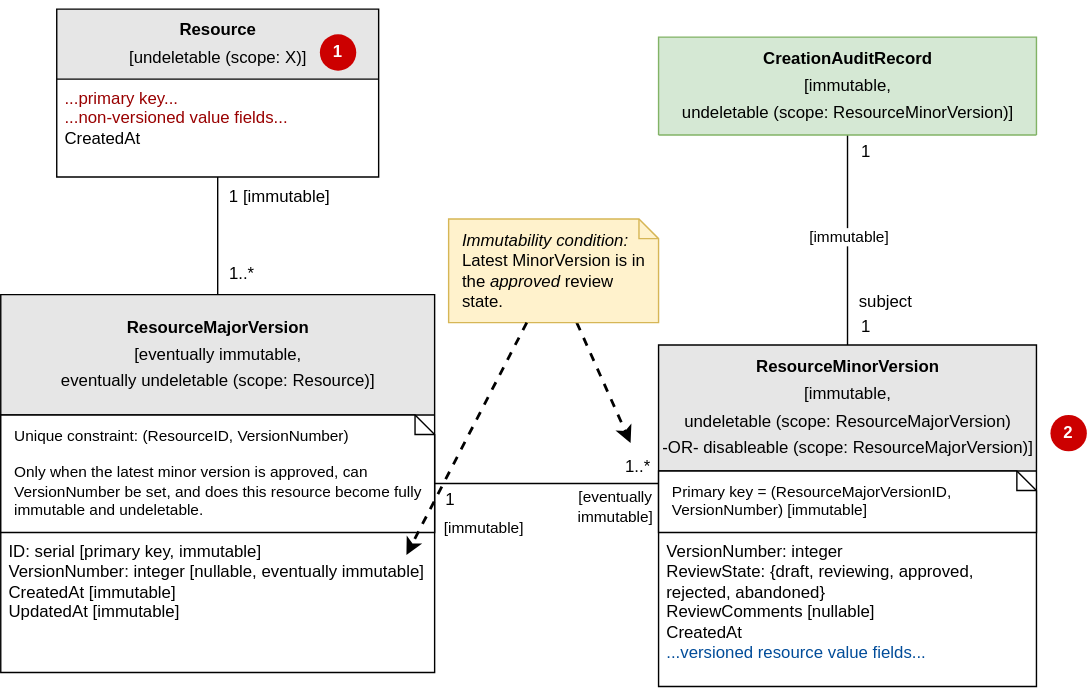
This is devdocs/reviewable-infra-undeletable-or-disableable.drawio.svg from fullstaq-labs/sqedule, a draw.io export, as it was before one commit. Source tidied: cells renumbered, new cells last; positions are measured from the earlier drawing's top-left corner, leaving out a move shared by most shapes.
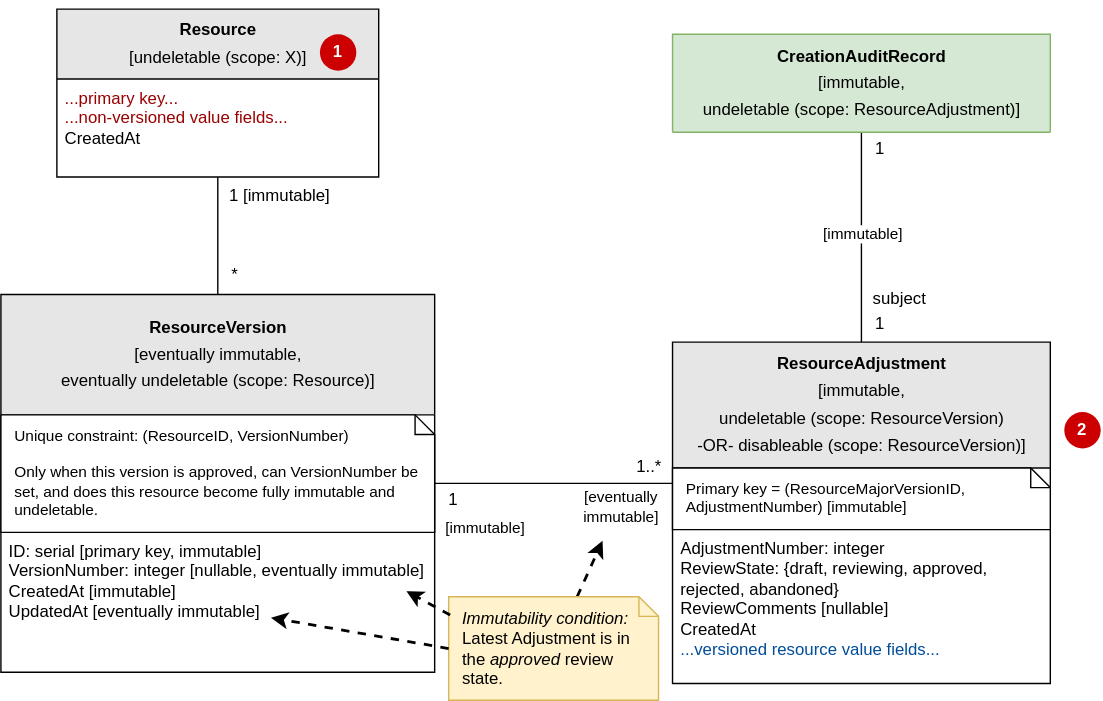
The same diagram one commit later.

Diff of the diagram source:
```diff
@@ -38,9 +38,9 @@
         <mxPoint x="41" as="offset" />
       </mxGeometry>
     </mxCell>
-    <mxCell id="9" value="1..*" style="edgeLabel;html=1;align=center;verticalAlign=middle;fontSize=12;fontColor=#000000;" parent="7" vertex="1">
+    <mxCell id="9" value="*" style="edgeLabel;html=1;align=center;verticalAlign=middle;fontSize=12;fontColor=#000000;" parent="7" vertex="1">
       <mxGeometry x="0.61" y="2" relative="1" as="geometry">
-        <mxPoint x="14" as="offset" />
+        <mxPoint x="9" y="1" as="offset" />
       </mxGeometry>
     </mxCell>
     <mxCell id="10" style="edgeStyle=orthogonalEdgeStyle;rounded=0;sketch=0;jumpStyle=arc;jettySize=auto;html=1;startArrow=none;startFill=0;endArrow=none;endFill=0;strokeColor=#000000;strokeWidth=1;fontSize=12;fontColor=#000000;" parent="1" edge="1" source="20" target="25">
@@ -66,28 +66,28 @@
     </mxCell>
     <mxCell id="15" style="rounded=0;sketch=0;jumpStyle=arc;jettySize=auto;html=1;startArrow=none;startFill=0;endArrow=classic;endFill=1;strokeColor=#000000;strokeWidth=2;fontSize=12;fontColor=#000000;dashed=1;" parent="1" edge="1" source="16">
       <mxGeometry relative="1" as="geometry">
-        <mxPoint x="450" y="310" as="targetPoint" />
+        <mxPoint x="430" y="380" as="targetPoint" />
       </mxGeometry>
     </mxCell>
-    <mxCell id="16" value="&lt;i&gt;Immutability condition:&lt;/i&gt;&lt;br&gt;Latest MinorVersion is in the &lt;i&gt;approved&lt;/i&gt; review state." style="shape=note;whiteSpace=wrap;html=1;size=14;verticalAlign=top;align=left;spacingTop=-6;fontSize=12;spacing=10;fillColor=#fff2cc;strokeColor=#d6b656;sketch=0;" parent="1" vertex="1">
-      <mxGeometry x="320" y="150" width="150" height="74" as="geometry" />
+    <mxCell id="16" value="&lt;i&gt;Immutability condition:&lt;/i&gt;&lt;br&gt;Latest Adjustment is in the &lt;i&gt;approved&lt;/i&gt; review state." style="shape=note;whiteSpace=wrap;html=1;size=14;verticalAlign=top;align=left;spacingTop=-6;fontSize=12;spacing=10;fillColor=#fff2cc;strokeColor=#d6b656;sketch=0;" parent="1" vertex="1">
+      <mxGeometry x="320" y="420" width="150" height="74" as="geometry" />
     </mxCell>
-    <mxCell id="17" value="&lt;p style=&quot;line-height: 160%&quot;&gt;ResourceMajorVersion&lt;br&gt;&lt;span style=&quot;font-weight: normal ; line-height: 120%&quot;&gt;[eventually immutable,&lt;br&gt;eventually undeletable (scope: Resource)]&lt;/span&gt;&lt;/p&gt;" style="swimlane;fontStyle=1;horizontal=1;startSize=86;swimlaneFillColor=#ffffff;html=1;fillColor=#E6E6E6;" parent="1" vertex="1">
+    <mxCell id="17" value="&lt;p style=&quot;line-height: 160%&quot;&gt;ResourceVersion&lt;br&gt;&lt;span style=&quot;font-weight: normal ; line-height: 120%&quot;&gt;[eventually immutable,&lt;br&gt;eventually undeletable (scope: Resource)]&lt;/span&gt;&lt;/p&gt;" style="swimlane;fontStyle=1;horizontal=1;startSize=86;swimlaneFillColor=#ffffff;html=1;fillColor=#E6E6E6;" parent="1" vertex="1">
       <mxGeometry y="204" width="310" height="270" as="geometry" />
     </mxCell>
-    <mxCell id="18" value="Unique constraint: (ResourceID, VersionNumber)&lt;br&gt;&lt;br&gt;Only when the latest minor version is approved, can VersionNumber be set, and does this resource become fully immutable and undeletable." style="shape=note;whiteSpace=wrap;html=1;size=14;verticalAlign=top;align=left;spacingTop=-6;fontSize=11;spacing=10;sketch=0;" parent="17" vertex="1">
+    <mxCell id="18" value="Unique constraint: (ResourceID, VersionNumber)&lt;br&gt;&lt;br&gt;Only when this version is approved, can VersionNumber be set, and does this resource become fully immutable and undeletable." style="shape=note;whiteSpace=wrap;html=1;size=14;verticalAlign=top;align=left;spacingTop=-6;fontSize=11;spacing=10;sketch=0;" parent="17" vertex="1">
       <mxGeometry y="86" width="310" height="84" as="geometry" />
     </mxCell>
-    <mxCell id="19" value="ID: serial [primary key, immutable]&#10;VersionNumber: integer [nullable, eventually immutable]&#10;CreatedAt [immutable]&#10;UpdatedAt [immutable]" style="text;strokeColor=none;fillColor=none;align=left;verticalAlign=top;spacingLeft=4;spacingRight=4;overflow=hidden;points=[[0,0.5],[1,0.5]];portConstraint=eastwest;whiteSpace=wrap;" parent="17" vertex="1">
+    <mxCell id="19" value="ID: serial [primary key, immutable]&#10;VersionNumber: integer [nullable, eventually immutable]&#10;CreatedAt [immutable]&#10;UpdatedAt [eventually immutable]" style="text;strokeColor=none;fillColor=none;align=left;verticalAlign=top;spacingLeft=4;spacingRight=4;overflow=hidden;points=[[0,0.5],[1,0.5]];portConstraint=eastwest;whiteSpace=wrap;" parent="17" vertex="1">
       <mxGeometry y="170" width="310" height="100" as="geometry" />
     </mxCell>
-    <mxCell id="20" value="&lt;p style=&quot;line-height: 160%&quot;&gt;ResourceMinorVersion&lt;br&gt;&lt;span style=&quot;font-weight: normal&quot;&gt;[immutable,&lt;br&gt;undeletable (scope: ResourceMajorVersion)&lt;br&gt;-OR- disableable (scope: ResourceMajorVersion)]&lt;/span&gt;&lt;/p&gt;" style="swimlane;fontStyle=1;horizontal=1;startSize=90;swimlaneFillColor=#ffffff;html=1;fillColor=#E6E6E6;" parent="1" vertex="1">
-      <mxGeometry x="470" y="240" width="270" height="244" as="geometry" />
+    <mxCell id="20" value="&lt;p style=&quot;line-height: 160%&quot;&gt;ResourceAdjustment&lt;br&gt;&lt;span style=&quot;font-weight: normal&quot;&gt;[immutable,&lt;br&gt;undeletable (scope: ResourceVersion)&lt;br&gt;-OR- disableable (scope: ResourceVersion)]&lt;/span&gt;&lt;/p&gt;" style="swimlane;fontStyle=1;horizontal=1;startSize=90;swimlaneFillColor=#ffffff;html=1;fillColor=#E6E6E6;" parent="1" vertex="1">
+      <mxGeometry x="480" y="238" width="270" height="244" as="geometry" />
     </mxCell>
-    <mxCell id="21" value="Primary key = (ResourceMajorVersionID, VersionNumber) [immutable]" style="shape=note;whiteSpace=wrap;html=1;size=14;verticalAlign=top;align=left;spacingTop=-6;fontSize=11;spacing=10;sketch=0;" parent="20" vertex="1">
+    <mxCell id="21" value="Primary key = (ResourceMajorVersionID, AdjustmentNumber) [immutable]" style="shape=note;whiteSpace=wrap;html=1;size=14;verticalAlign=top;align=left;spacingTop=-6;fontSize=11;spacing=10;sketch=0;" parent="20" vertex="1">
       <mxGeometry y="90" width="270" height="44" as="geometry" />
     </mxCell>
-    <mxCell id="22" value="VersionNumber: integer&lt;br&gt;ReviewState: {draft, reviewing, approved, rejected, abandoned}&lt;br&gt;ReviewComments [nullable]&lt;br&gt;CreatedAt&lt;br&gt;&lt;font color=&quot;#004c99&quot;&gt;...versioned resource value fields...&lt;/font&gt;" style="text;strokeColor=none;fillColor=none;align=left;verticalAlign=top;spacingLeft=4;spacingRight=4;overflow=hidden;whiteSpace=wrap;html=1;" parent="20" vertex="1">
+    <mxCell id="22" value="AdjustmentNumber: integer&lt;br&gt;ReviewState: {draft, reviewing, approved, rejected, abandoned}&lt;br&gt;ReviewComments [nullable]&lt;br&gt;CreatedAt&lt;br&gt;&lt;font color=&quot;#004c99&quot;&gt;...versioned resource value fields...&lt;/font&gt;" style="text;strokeColor=none;fillColor=none;align=left;verticalAlign=top;spacingLeft=4;spacingRight=4;overflow=hidden;whiteSpace=wrap;html=1;" parent="20" vertex="1">
       <mxGeometry y="134" width="270" height="110" as="geometry" />
     </mxCell>
     <mxCell id="23" value="&lt;p style=&quot;line-height: 160%&quot;&gt;Resource&lt;br&gt;&lt;span style=&quot;font-weight: normal&quot;&gt;[undeletable (scope: X)]&lt;/span&gt;&lt;/p&gt;" style="swimlane;fontStyle=1;horizontal=1;startSize=50;swimlaneFillColor=#ffffff;html=1;fillColor=#E6E6E6;" parent="1" vertex="1">
@@ -96,17 +96,24 @@
     <mxCell id="24" value="&lt;font color=&quot;#990000&quot;&gt;...primary key...&lt;br&gt;...non-versioned value fields...&lt;br&gt;&lt;/font&gt;CreatedAt" style="text;strokeColor=none;fillColor=none;align=left;verticalAlign=top;spacingLeft=4;spacingRight=4;overflow=hidden;whiteSpace=wrap;html=1;" parent="23" vertex="1">
       <mxGeometry y="50" width="230" height="70" as="geometry" />
     </mxCell>
-    <mxCell id="25" value="&lt;span style=&quot;line-height: 160%&quot;&gt;&lt;b&gt;CreationAuditRecord&lt;/b&gt;&lt;br&gt;[immutable,&lt;br&gt;undeletable (scope: ResourceMinorVersion)]&lt;br&gt;&lt;/span&gt;" style="swimlane;fontStyle=0;horizontal=1;startSize=70;strokeColor=#82b366;swimlaneFillColor=#ffffff;html=1;fillColor=#d5e8d4;" parent="1" vertex="1" collapsed="1">
-      <mxGeometry x="470" y="20" width="270" height="70" as="geometry" />
+    <mxCell id="25" value="&lt;span style=&quot;line-height: 160%&quot;&gt;&lt;b&gt;CreationAuditRecord&lt;/b&gt;&lt;br&gt;[immutable,&lt;br&gt;undeletable (scope: ResourceAdjustment)]&lt;br&gt;&lt;/span&gt;" style="swimlane;fontStyle=0;horizontal=1;startSize=70;strokeColor=#82b366;swimlaneFillColor=#ffffff;html=1;fillColor=#d5e8d4;" parent="1" vertex="1" collapsed="1">
+      <mxGeometry x="480" y="18" width="270" height="70" as="geometry" />
     </mxCell>
     <mxCell id="26" value="2" style="ellipse;whiteSpace=wrap;html=1;fontStyle=1;strokeWidth=2;strokeColor=none;fillColor=#CC0000;fontColor=#FFFFFF;" parent="1" vertex="1">
-      <mxGeometry x="750" y="290" width="26" height="26" as="geometry" />
+      <mxGeometry x="760" y="288" width="26" height="26" as="geometry" />
     </mxCell>
     <mxCell id="27" value="1" style="ellipse;whiteSpace=wrap;html=1;fontStyle=1;strokeWidth=2;strokeColor=none;fillColor=#CC0000;fontColor=#FFFFFF;" parent="1" vertex="1">
       <mxGeometry x="228" y="18" width="26" height="26" as="geometry" />
     </mxCell>
-    <mxCell id="28" style="edgeStyle=none;rounded=0;jettySize=auto;html=1;entryX=0.935;entryY=0.16;entryDx=0;entryDy=0;entryPerimeter=0;dashed=1;strokeWidth=2;" parent="1" edge="1" source="16" target="19">
-      <mxGeometry relative="1" as="geometry" />
+    <mxCell id="28" style="edgeStyle=none;rounded=0;jettySize=auto;html=1;entryX=0.935;entryY=0.16;entryDx=0;entryDy=0;entryPerimeter=0;dashed=1;strokeWidth=2;exitX=0.007;exitY=0.176;exitDx=0;exitDy=0;exitPerimeter=0;" parent="1" edge="1" source="16">
+      <mxGeometry relative="1" as="geometry">
+        <mxPoint x="289.8" y="416" as="targetPoint" />
+      </mxGeometry>
     </mxCell>
+    <mxCell id="29" style="rounded=0;jettySize=auto;html=1;strokeWidth=2;dashed=1;exitX=0;exitY=0.5;exitDx=0;exitDy=0;exitPerimeter=0;" parent="1" edge="1" source="16">
+      <mxGeometry relative="1" as="geometry">
+        <mxPoint x="193" y="435" as="targetPoint" />
+      </mxGeometry>
+    </mxCell>
   </root>
 </mxGraphModel>
```
